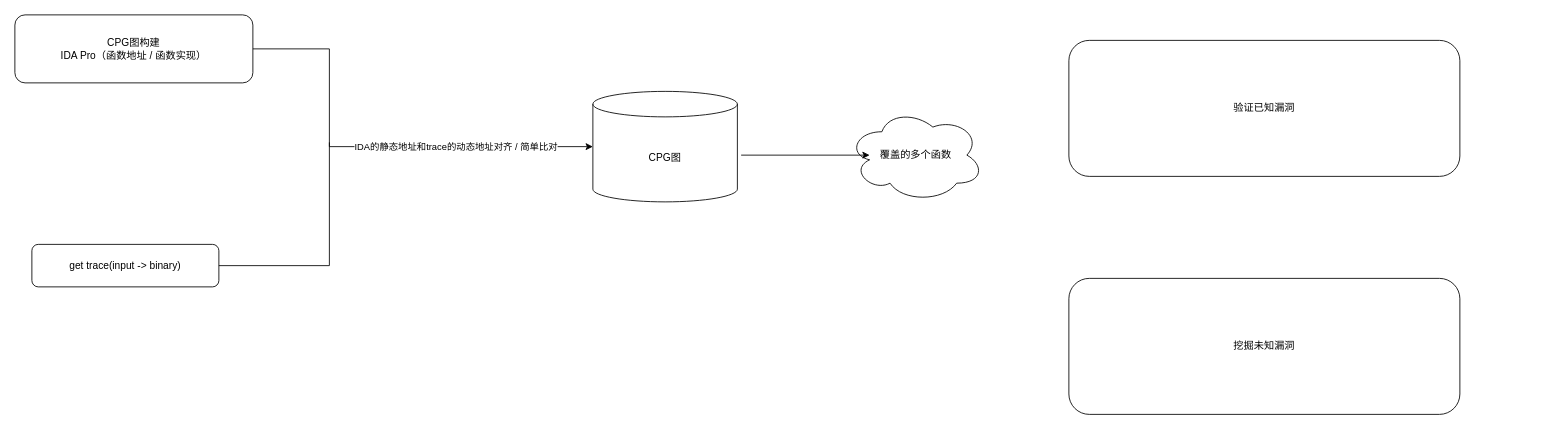
hourhl/Draw-io keeps this draw.io diagram as MindMap/毕设讨论1.drawio. Above is the earlier version. Source tidied: cells renumbered, new cells numbered last; positions are measured from the earlier drawing's top-left corner, leaving out a move shared by most shapes. Both pictures are drawn from the tidied source at 85%, with x=0, y=0 at pixel (14, 14).
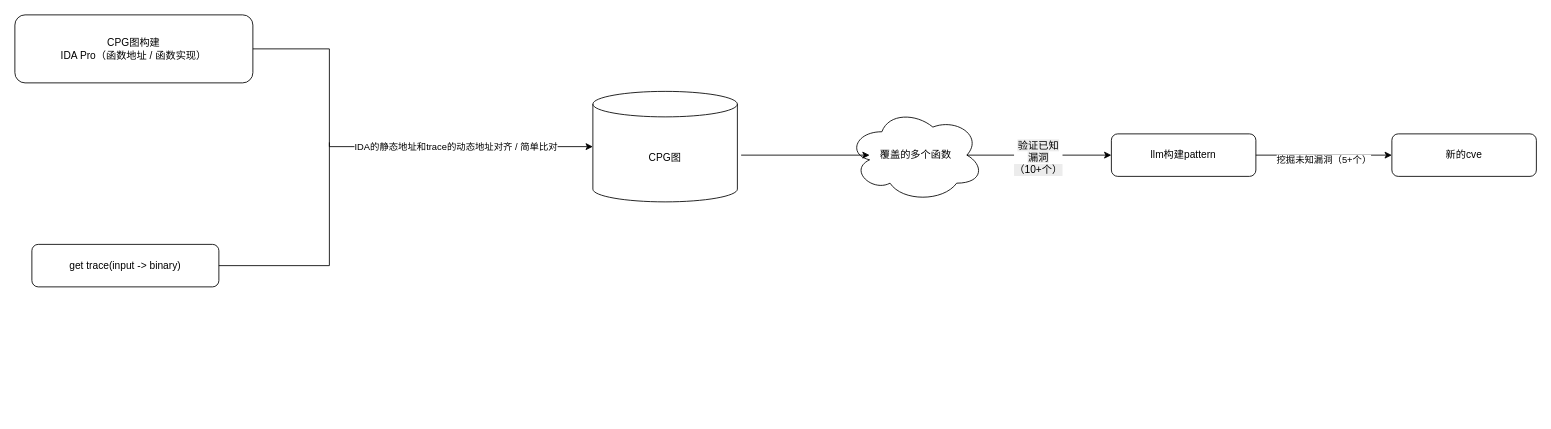
After the change.

Commit message (it also covers changes not shown here):
更新毕设讨论1.drawio

The edit, as a diff of the source:
```diff
@@
 <mxGraphModel>
   <root>
     <mxCell id="0" />
     <mxCell id="1" parent="0" />
     <mxCell id="2" value="CPG图构建&lt;div&gt;IDA Pro（函数地址 / 函数实现）&lt;/div&gt;" style="rounded=1;whiteSpace=wrap;html=1;" parent="1" vertex="1">
       <mxGeometry width="280" height="80" as="geometry" />
     </mxCell>
     <mxCell id="3" value="CPG图" style="shape=cylinder3;whiteSpace=wrap;html=1;boundedLbl=1;backgroundOutline=1;size=15;" parent="1" vertex="1">
       <mxGeometry x="680" y="90" width="170" height="130" as="geometry" />
     </mxCell>
     <mxCell id="4" style="endArrow=classic;html=1;rounded=0;exitX=1;exitY=0.5;exitDx=0;exitDy=0;entryX=0;entryY=0.5;entryDx=0;entryDy=0;entryPerimeter=0;" parent="1" edge="1" source="2" target="3">
       <mxGeometry relative="1" as="geometry">
         <Array as="points">
           <mxPoint x="370" y="40" />
           <mxPoint x="370" y="155" />
         </Array>
       </mxGeometry>
     </mxCell>
     <mxCell id="5" value="IDA的静态地址和trace的动态地址对齐 / 简单比对" style="edgeLabel;html=1;align=center;verticalAlign=middle;" parent="4" vertex="1">
       <mxGeometry x="0.37" y="1" relative="1" as="geometry" />
     </mxCell>
     <mxCell id="6" value="get trace(input -&amp;gt; binary)" style="rounded=1;whiteSpace=wrap;html=1;" parent="1" vertex="1">
       <mxGeometry x="20" y="270" width="220" height="50" as="geometry" />
     </mxCell>
     <mxCell id="7" style="endArrow=none;html=1;rounded=0;exitX=1;exitY=0.5;exitDx=0;exitDy=0;" parent="1" edge="1" source="6">
       <mxGeometry relative="1" as="geometry">
         <mxPoint x="370" y="150" as="targetPoint" />
         <Array as="points">
           <mxPoint x="370" y="295" />
         </Array>
       </mxGeometry>
     </mxCell>
     <mxCell id="8" value="覆盖的多个函数" style="ellipse;shape=cloud;whiteSpace=wrap;html=1;" parent="1" vertex="1">
       <mxGeometry x="980" y="110" width="160" height="110" as="geometry" />
     </mxCell>
     <mxCell id="9" style="endArrow=classic;html=1;rounded=0;exitX=1.026;exitY=0.577;exitDx=0;exitDy=0;exitPerimeter=0;entryX=0.16;entryY=0.5;entryDx=0;entryDy=0;entryPerimeter=0;" parent="1" edge="1" source="3" target="8">
       <mxGeometry relative="1" as="geometry" />
     </mxCell>
-    <mxCell id="10" value="验证已知漏洞" style="rounded=1;whiteSpace=wrap;html=1;" parent="1" vertex="1">
-      <mxGeometry x="1240" y="30" width="460" height="160" as="geometry" />
+    <mxCell id="10" value="llm构建pattern" style="rounded=1;whiteSpace=wrap;html=1;" parent="1" vertex="1">
+      <mxGeometry x="1290" y="140" width="170" height="50" as="geometry" />
     </mxCell>
-    <mxCell id="11" value="挖掘未知漏洞" style="rounded=1;whiteSpace=wrap;html=1;" parent="1" vertex="1">
-      <mxGeometry x="1240" y="310" width="460" height="160" as="geometry" />
-    </mxCell>
+    <mxCell id="12" style="endArrow=classic;html=1;rounded=0;exitX=0.875;exitY=0.5;exitDx=0;exitDy=0;exitPerimeter=0;entryX=0;entryY=0.5;entryDx=0;entryDy=0;" parent="1" edge="1" source="8" target="10">
+      <mxGeometry relative="1" as="geometry" />
+    </mxCell>
+    <mxCell id="13" value="&lt;span style=&quot;font-size: 12px; text-wrap-mode: wrap; background-color: rgb(236, 236, 236);&quot;&gt;验证已知漏洞（10+个）&lt;/span&gt;" style="edgeLabel;html=1;align=center;verticalAlign=middle;" parent="12" vertex="1">
+      <mxGeometry x="-0.02" y="-2" relative="1" as="geometry" />
+    </mxCell>
+    <mxCell id="14" value="新的cve" style="rounded=1;whiteSpace=wrap;html=1;" parent="1" vertex="1">
+      <mxGeometry x="1620" y="140" width="170" height="50" as="geometry" />
+    </mxCell>
+    <mxCell id="15" style="endArrow=classic;html=1;rounded=0;exitX=1;exitY=0.5;exitDx=0;exitDy=0;" parent="1" edge="1" source="10" target="14">
+      <mxGeometry relative="1" as="geometry" />
+    </mxCell>
+    <mxCell id="16" value="挖掘未知漏洞（5+个）" style="edgeLabel;html=1;align=center;verticalAlign=middle;" parent="15" vertex="1">
+      <mxGeometry x="-0.01" y="-5" relative="1" as="geometry" />
+    </mxCell>
   </root>
 </mxGraphModel>
```
